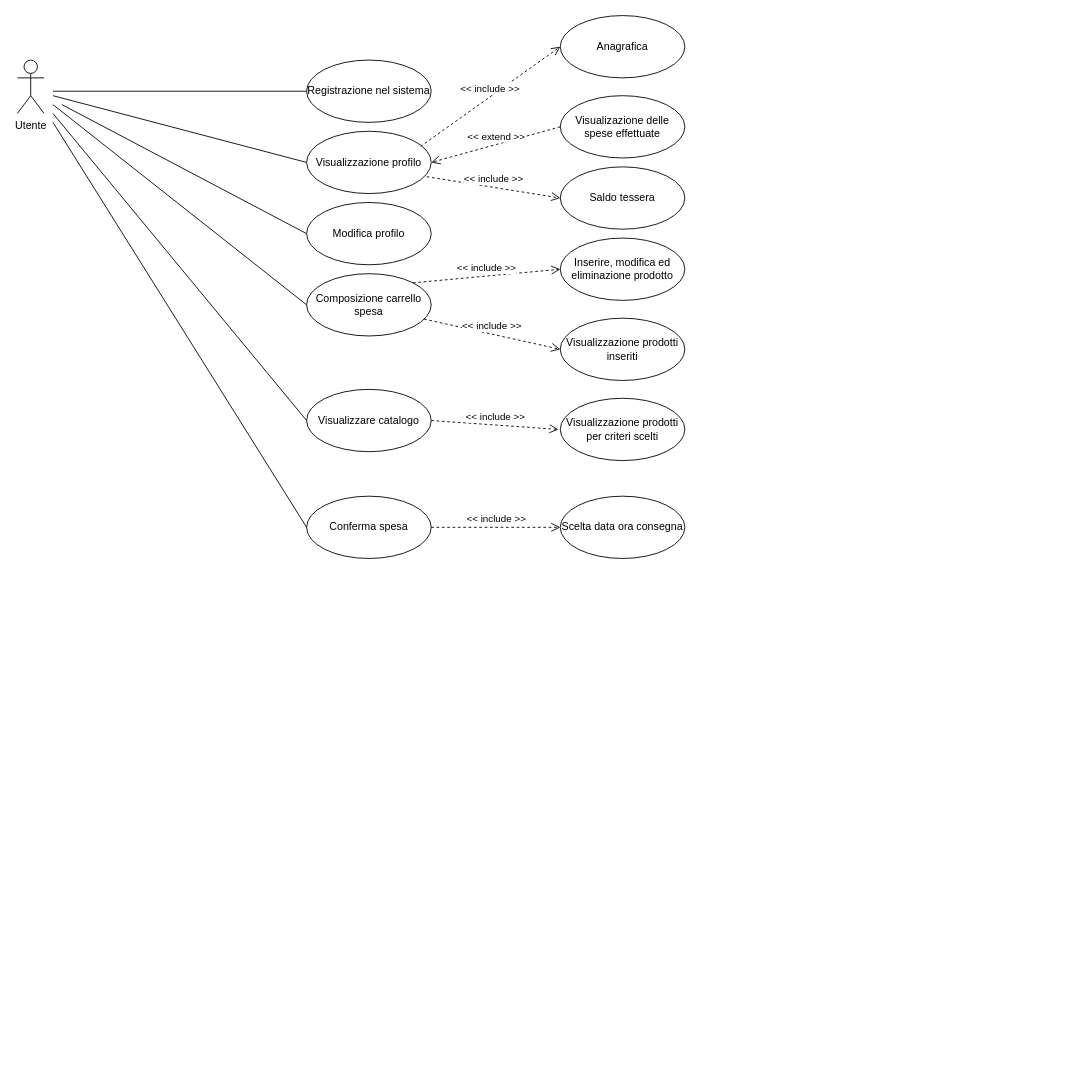
Earlier version of the draw.io diagram UseCaseUtente.drawio (LorenzoMioso/ProgettoIngegneriaDelSoftware). Source tidied: cells renumbered, new cells numbered last; positions are measured from the earlier drawing's top-left corner, leaving out a move shared by most shapes. Both pictures are drawn from the tidied source at 89%, with x=0, y=0 at pixel (17, 15).
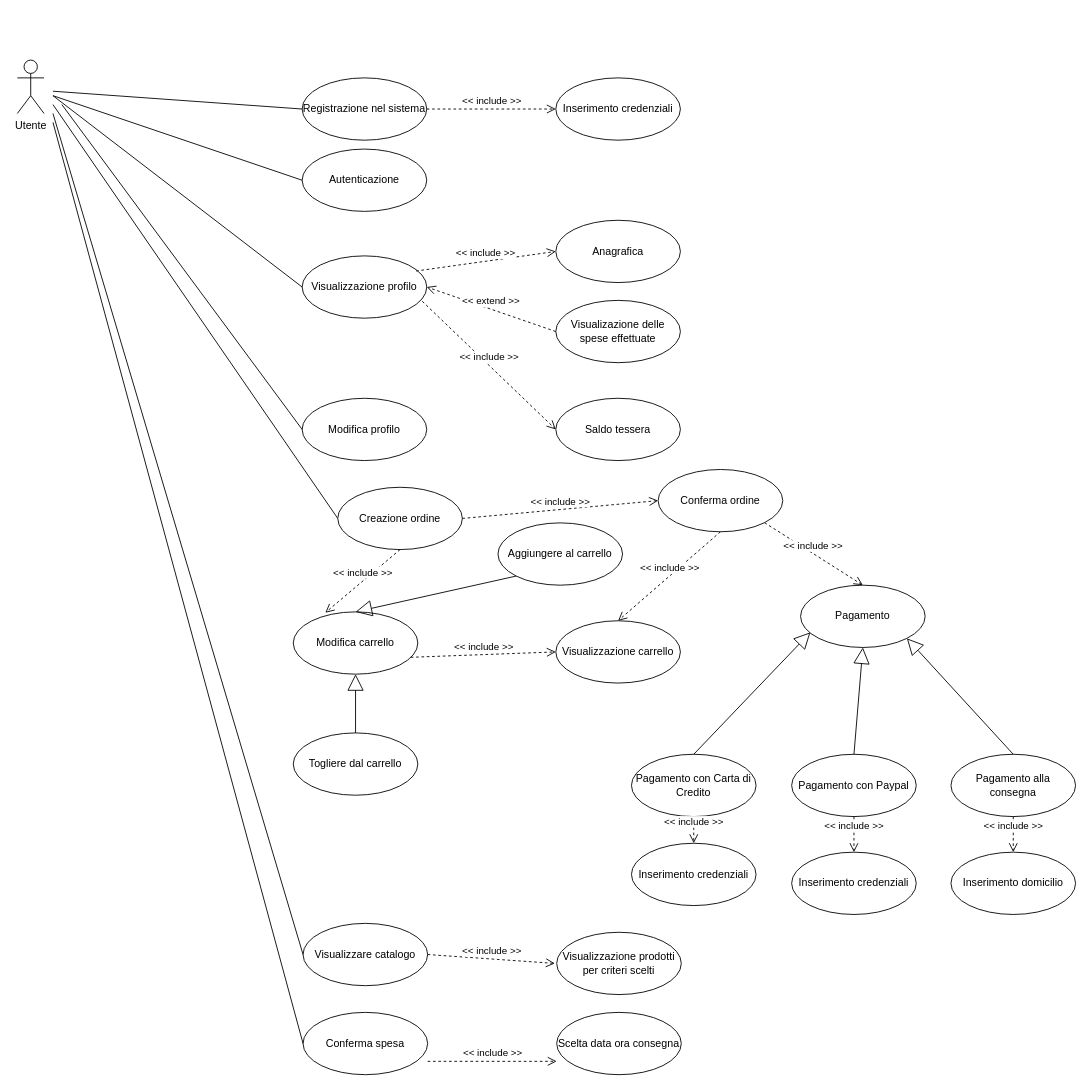
The same page after the edit.

Commit message (it also covers changes not shown here):
Modifica utenteUseCase con pagamento e creazione ordine e relativa modifica di DescrizioneCasiDUso.odt

Diff of the diagram source:
```diff
@@
     <mxCell id="3" value="Registrazione nel sistema" style="ellipse;whiteSpace=wrap;html=1;" parent="1" vertex="1">
-      <mxGeometry x="325" y="50" width="140" height="70" as="geometry" />
+      <mxGeometry x="320" y="70" width="140" height="70" as="geometry" />
     </mxCell>
@@
-    <mxCell id="5" value="Composizione carrello spesa" style="ellipse;whiteSpace=wrap;html=1;" parent="1" vertex="1">
-      <mxGeometry x="325" y="290" width="140" height="70" as="geometry" />
+    <mxCell id="5" value="Modifica carrello" style="ellipse;whiteSpace=wrap;html=1;" parent="1" vertex="1">
+      <mxGeometry x="310" y="670" width="140" height="70" as="geometry" />
     </mxCell>
-    <mxCell id="6" style="endArrow=none;html=1;entryX=0;entryY=0.5;entryDx=0;entryDy=0;" parent="1" edge="1" target="5">
+    <mxCell id="6" style="endArrow=none;html=1;entryX=0;entryY=0.5;entryDx=0;entryDy=0;" parent="1" edge="1" target="38">
       <mxGeometry relative="1" as="geometry">
         <mxPoint x="40" y="100" as="sourcePoint" />
       </mxGeometry>
     </mxCell>
-    <mxCell id="7" value="Inserire, modifica ed eliminazione prodotto" style="ellipse;whiteSpace=wrap;html=1;" parent="1" vertex="1">
-      <mxGeometry x="610" y="250" width="140" height="70" as="geometry" />
-    </mxCell>
     <mxCell id="8" value="Visualizzare catalogo" style="ellipse;whiteSpace=wrap;html=1;" parent="1" vertex="1">
-      <mxGeometry x="325" y="420" width="140" height="70" as="geometry" />
+      <mxGeometry x="321" y="1020" width="140" height="70" as="geometry" />
     </mxCell>
-    <mxCell id="9" value="Visualizzazione prodotti inseriti" style="ellipse;whiteSpace=wrap;html=1;" parent="1" vertex="1">
-      <mxGeometry x="610" y="340" width="140" height="70" as="geometry" />
+    <mxCell id="9" value="Visualizzazione carrello" style="ellipse;whiteSpace=wrap;html=1;" parent="1" vertex="1">
+      <mxGeometry x="605" y="680" width="140" height="70" as="geometry" />
     </mxCell>
-    <mxCell id="10" value="&amp;lt;&amp;lt; include &amp;gt;&amp;gt;" style="html=1;verticalAlign=bottom;endArrow=open;dashed=1;endSize=8;exitX=1;exitY=0;exitDx=0;exitDy=0;entryX=0;entryY=0.5;entryDx=0;entryDy=0;" parent="1" edge="1" target="7">
-      <mxGeometry relative="1" as="geometry">
-        <mxPoint x="444.5" y="300.3" as="sourcePoint" />
-      </mxGeometry>
-    </mxCell>
@@
     <mxCell id="12" value="Visualizzazione prodotti per criteri scelti" style="ellipse;whiteSpace=wrap;html=1;" parent="1" vertex="1">
-      <mxGeometry x="610" y="430" width="140" height="70" as="geometry" />
+      <mxGeometry x="606" y="1030" width="140" height="70" as="geometry" />
     </mxCell>
     <mxCell id="13" value="&amp;lt;&amp;lt; include &amp;gt;&amp;gt;" style="html=1;verticalAlign=bottom;endArrow=open;dashed=1;endSize=8;exitX=1;exitY=0.5;exitDx=0;exitDy=0;" parent="1" edge="1" source="8">
       <mxGeometry relative="1" as="geometry">
-        <mxPoint x="608" y="465" as="targetPoint" />
+        <mxPoint x="604" y="1065" as="targetPoint" />
       </mxGeometry>
     </mxCell>
     <mxCell id="14" value="Conferma spesa" style="ellipse;whiteSpace=wrap;html=1;" parent="1" vertex="1">
-      <mxGeometry x="325" y="540" width="140" height="70" as="geometry" />
+      <mxGeometry x="321" y="1120" width="140" height="70" as="geometry" />
     </mxCell>
@@
     <mxCell id="17" value="Scelta data ora consegna" style="ellipse;whiteSpace=wrap;html=1;" parent="1" vertex="1">
-      <mxGeometry x="610" y="540" width="140" height="70" as="geometry" />
+      <mxGeometry x="606" y="1120" width="140" height="70" as="geometry" />
     </mxCell>
-    <mxCell id="18" value="&amp;lt;&amp;lt; include &amp;gt;&amp;gt;" style="html=1;verticalAlign=bottom;endArrow=open;dashed=1;endSize=8;exitX=1;exitY=0.5;exitDx=0;exitDy=0;entryX=0;entryY=0.5;entryDx=0;entryDy=0;" parent="1" edge="1" source="14" target="17">
-      <mxGeometry relative="1" as="geometry" />
+    <mxCell id="18" value="&amp;lt;&amp;lt; include &amp;gt;&amp;gt;" style="html=1;verticalAlign=bottom;endArrow=open;dashed=1;endSize=8;exitX=1;exitY=0.5;exitDx=0;exitDy=0;entryX=0;entryY=0.5;entryDx=0;entryDy=0;" parent="1" edge="1">
+      <mxGeometry relative="1" as="geometry">
+        <mxPoint x="461" y="1175" as="sourcePoint" />
+        <mxPoint x="606" y="1175" as="targetPoint" />
+      </mxGeometry>
     </mxCell>
     <mxCell id="19" value="Visualizzazione profilo" style="ellipse;whiteSpace=wrap;html=1;" parent="1" vertex="1">
-      <mxGeometry x="325" y="130" width="140" height="70" as="geometry" />
+      <mxGeometry x="320" y="270" width="140" height="70" as="geometry" />
     </mxCell>
@@
     <mxCell id="21" value="Visualizazione delle spese effettuate" style="ellipse;whiteSpace=wrap;html=1;" parent="1" vertex="1">
-      <mxGeometry x="610" y="90" width="140" height="70" as="geometry" />
+      <mxGeometry x="605" y="320" width="140" height="70" as="geometry" />
     </mxCell>
@@
     <mxCell id="23" value="Modifica profilo" style="ellipse;whiteSpace=wrap;html=1;" parent="1" vertex="1">
-      <mxGeometry x="325" y="210" width="140" height="70" as="geometry" />
+      <mxGeometry x="320" y="430" width="140" height="70" as="geometry" />
     </mxCell>
@@
     <mxCell id="25" value="Anagrafica" style="ellipse;whiteSpace=wrap;html=1;" parent="1" vertex="1">
-      <mxGeometry x="610" width="140" height="70" as="geometry" />
+      <mxGeometry x="605" y="230" width="140" height="70" as="geometry" />
     </mxCell>
     <mxCell id="26" value="Saldo tessera" style="ellipse;whiteSpace=wrap;html=1;" parent="1" vertex="1">
-      <mxGeometry x="610" y="170" width="140" height="70" as="geometry" />
+      <mxGeometry x="605" y="430" width="140" height="70" as="geometry" />
     </mxCell>
@@
+    <mxCell id="29" value="Inserimento credenziali" style="ellipse;whiteSpace=wrap;html=1;" parent="1" vertex="1">
+      <mxGeometry x="605" y="70" width="140" height="70" as="geometry" />
+    </mxCell>
+    <mxCell id="30" value="&amp;lt;&amp;lt; include &amp;gt;&amp;gt;" style="html=1;verticalAlign=bottom;endArrow=open;dashed=1;endSize=8;entryX=0;entryY=0.5;entryDx=0;entryDy=0;exitX=1;exitY=0.5;exitDx=0;exitDy=0;" parent="1" edge="1" source="3" target="29">
+      <mxGeometry relative="1" as="geometry" />
+    </mxCell>
+    <mxCell id="31" value="Autenticazione" style="ellipse;whiteSpace=wrap;html=1;" parent="1" vertex="1">
+      <mxGeometry x="320" y="150" width="140" height="70" as="geometry" />
+    </mxCell>
+    <mxCell id="32" style="endArrow=none;html=1;entryX=0;entryY=0.5;entryDx=0;entryDy=0;" parent="1" edge="1" target="31">
+      <mxGeometry relative="1" as="geometry">
+        <mxPoint x="40" y="90" as="sourcePoint" />
+      </mxGeometry>
+    </mxCell>
+    <mxCell id="33" value="Aggiungere al carrello" style="ellipse;whiteSpace=wrap;html=1;" parent="1" vertex="1">
+      <mxGeometry x="540" y="570" width="140" height="70" as="geometry" />
+    </mxCell>
+    <mxCell id="34" style="endArrow=block;endSize=16;endFill=0;html=1;entryX=0.5;entryY=0;entryDx=0;entryDy=0;exitX=0;exitY=1;exitDx=0;exitDy=0;" parent="1" edge="1" source="33" target="5">
+      <mxGeometry x="-0.1" y="-44" relative="1" as="geometry" />
+    </mxCell>
+    <mxCell id="35" value="Togliere dal carrello" style="ellipse;whiteSpace=wrap;html=1;" parent="1" vertex="1">
+      <mxGeometry x="310" y="806" width="140" height="70" as="geometry" />
+    </mxCell>
+    <mxCell id="36" style="endArrow=block;endSize=16;endFill=0;html=1;entryX=0.5;entryY=1;entryDx=0;entryDy=0;exitX=0.5;exitY=0;exitDx=0;exitDy=0;" parent="1" edge="1" source="35" target="5">
+      <mxGeometry x="-0.1" y="-44" relative="1" as="geometry" />
+    </mxCell>
+    <mxCell id="37" value="Conferma ordine" style="ellipse;whiteSpace=wrap;html=1;" parent="1" vertex="1">
+      <mxGeometry x="720" y="510" width="140" height="70" as="geometry" />
+    </mxCell>
+    <mxCell id="38" value="Creazione ordine" style="ellipse;whiteSpace=wrap;html=1;" parent="1" vertex="1">
+      <mxGeometry x="360" y="530" width="140" height="70" as="geometry" />
+    </mxCell>
+    <mxCell id="39" value="&amp;lt;&amp;lt; include &amp;gt;&amp;gt;" style="html=1;verticalAlign=bottom;endArrow=open;dashed=1;endSize=8;entryX=0;entryY=0.5;entryDx=0;entryDy=0;exitX=1;exitY=0.5;exitDx=0;exitDy=0;" parent="1" edge="1" source="38" target="37">
+      <mxGeometry relative="1" as="geometry" />
+    </mxCell>
+    <mxCell id="40" value="&amp;lt;&amp;lt; include &amp;gt;&amp;gt;" style="html=1;verticalAlign=bottom;endArrow=open;dashed=1;endSize=8;entryX=0.257;entryY=0.014;entryDx=0;entryDy=0;exitX=0.5;exitY=1;exitDx=0;exitDy=0;entryPerimeter=0;" parent="1" edge="1" source="38" target="5">
+      <mxGeometry relative="1" as="geometry" />
+    </mxCell>
+    <mxCell id="41" value="&amp;lt;&amp;lt; include &amp;gt;&amp;gt;" style="html=1;verticalAlign=bottom;endArrow=open;dashed=1;endSize=8;entryX=0.5;entryY=0;entryDx=0;entryDy=0;exitX=0.5;exitY=1;exitDx=0;exitDy=0;" parent="1" edge="1" source="37" target="9">
+      <mxGeometry relative="1" as="geometry" />
+    </mxCell>
+    <mxCell id="42" value="Pagamento" style="ellipse;whiteSpace=wrap;html=1;" parent="1" vertex="1">
+      <mxGeometry x="880" y="640" width="140" height="70" as="geometry" />
+    </mxCell>
+    <mxCell id="43" value="&amp;lt;&amp;lt; include &amp;gt;&amp;gt;" style="html=1;verticalAlign=bottom;endArrow=open;dashed=1;endSize=8;entryX=0.5;entryY=0;entryDx=0;entryDy=0;exitX=1;exitY=1;exitDx=0;exitDy=0;" parent="1" edge="1" source="37" target="42">
+      <mxGeometry relative="1" as="geometry" />
+    </mxCell>
+    <mxCell id="44" value="Pagamento con Carta di Credito" style="ellipse;whiteSpace=wrap;html=1;" parent="1" vertex="1">
+      <mxGeometry x="690" y="830" width="140" height="70" as="geometry" />
+    </mxCell>
+    <mxCell id="45" value="Pagamento con Paypal" style="ellipse;whiteSpace=wrap;html=1;" parent="1" vertex="1">
+      <mxGeometry x="870" y="830" width="140" height="70" as="geometry" />
+    </mxCell>
+    <mxCell id="46" value="Pagamento alla consegna" style="ellipse;whiteSpace=wrap;html=1;" parent="1" vertex="1">
+      <mxGeometry x="1049" y="830" width="140" height="70" as="geometry" />
+    </mxCell>
+    <mxCell id="47" style="endArrow=block;endSize=16;endFill=0;html=1;entryX=0.079;entryY=0.757;entryDx=0;entryDy=0;exitX=0.5;exitY=0;exitDx=0;exitDy=0;entryPerimeter=0;" parent="1" edge="1" source="44" target="42">
+      <mxGeometry x="-0.1" y="-44" relative="1" as="geometry" />
+    </mxCell>
+    <mxCell id="48" style="endArrow=block;endSize=16;endFill=0;html=1;entryX=0.5;entryY=1;entryDx=0;entryDy=0;exitX=0.5;exitY=0;exitDx=0;exitDy=0;" parent="1" edge="1" source="45" target="42">
+      <mxGeometry x="-0.1" y="-44" relative="1" as="geometry" />
+    </mxCell>
+    <mxCell id="49" style="endArrow=block;endSize=16;endFill=0;html=1;entryX=1;entryY=1;entryDx=0;entryDy=0;exitX=0.5;exitY=0;exitDx=0;exitDy=0;" parent="1" edge="1" source="46" target="42">
+      <mxGeometry x="-0.1" y="-44" relative="1" as="geometry" />
+    </mxCell>
+    <mxCell id="50" value="Inserimento credenziali" style="ellipse;whiteSpace=wrap;html=1;" parent="1" vertex="1">
+      <mxGeometry x="690" y="930" width="140" height="70" as="geometry" />
+    </mxCell>
+    <mxCell id="51" value="Inserimento credenziali" style="ellipse;whiteSpace=wrap;html=1;" parent="1" vertex="1">
+      <mxGeometry x="870" y="940" width="140" height="70" as="geometry" />
+    </mxCell>
+    <mxCell id="52" value="Inserimento domicilio" style="ellipse;whiteSpace=wrap;html=1;" parent="1" vertex="1">
+      <mxGeometry x="1049" y="940" width="140" height="70" as="geometry" />
+    </mxCell>
+    <mxCell id="53" value="&amp;lt;&amp;lt; include &amp;gt;&amp;gt;" style="html=1;verticalAlign=bottom;endArrow=open;dashed=1;endSize=8;entryX=0.5;entryY=0;entryDx=0;entryDy=0;exitX=0.5;exitY=1;exitDx=0;exitDy=0;" parent="1" edge="1" source="44" target="50">
+      <mxGeometry relative="1" as="geometry" />
+    </mxCell>
+    <mxCell id="54" value="&amp;lt;&amp;lt; include &amp;gt;&amp;gt;" style="html=1;verticalAlign=bottom;endArrow=open;dashed=1;endSize=8;entryX=0.5;entryY=0;entryDx=0;entryDy=0;exitX=0.5;exitY=1;exitDx=0;exitDy=0;" parent="1" edge="1" source="45" target="51">
+      <mxGeometry relative="1" as="geometry" />
+    </mxCell>
+    <mxCell id="55" value="&amp;lt;&amp;lt; include &amp;gt;&amp;gt;" style="html=1;verticalAlign=bottom;endArrow=open;dashed=1;endSize=8;entryX=0.5;entryY=0;entryDx=0;entryDy=0;exitX=0.5;exitY=1;exitDx=0;exitDy=0;" parent="1" edge="1" source="46" target="52">
+      <mxGeometry relative="1" as="geometry" />
+    </mxCell>
```
